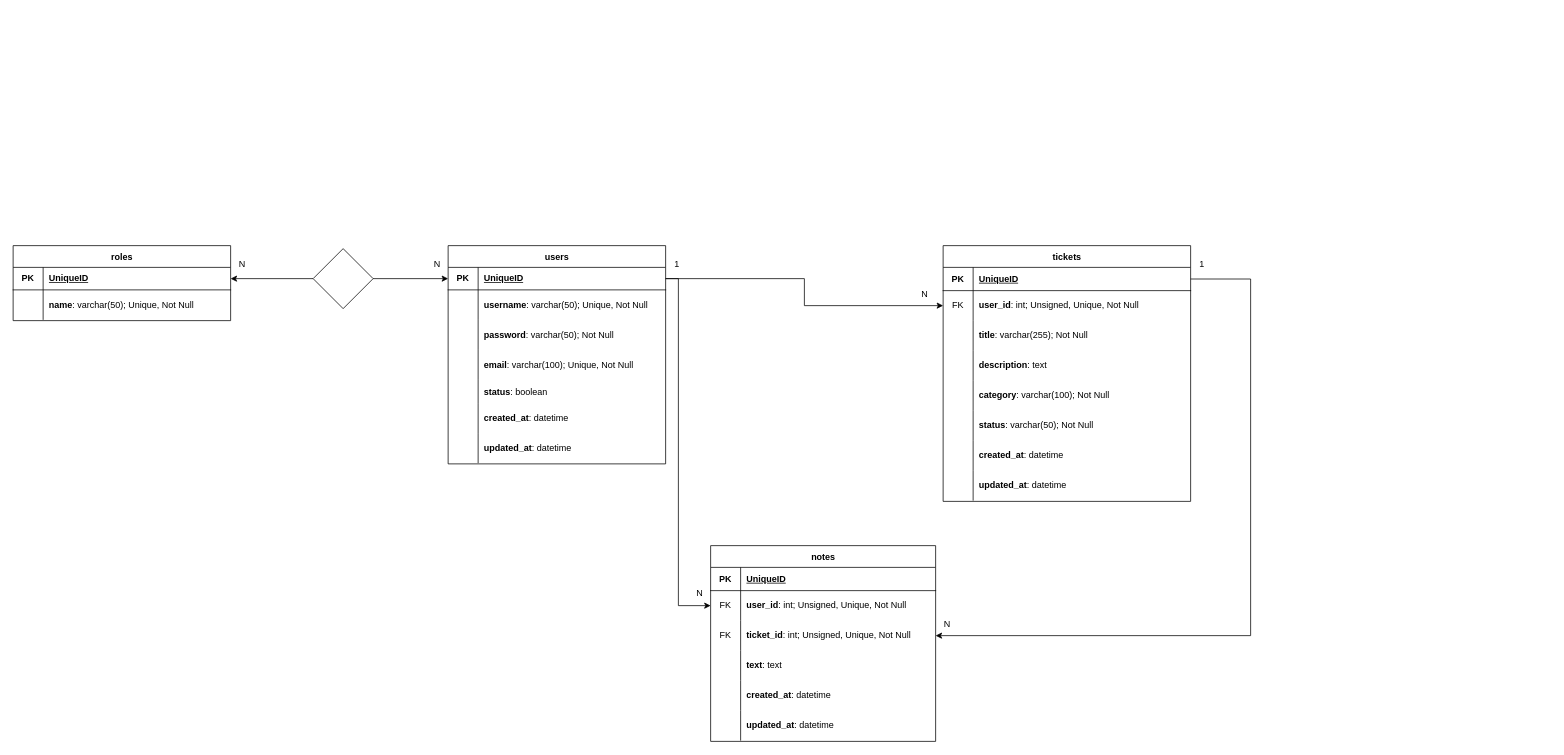
giogiosgr/ticket-platform keeps this draw.io diagram as ticket-platform.drawio. Above is the earlier version. Source tidied: cells renumbered, new cells numbered last; positions are measured from the earlier drawing's top-left corner, leaving out a move shared by most shapes. Both pictures are drawn from the tidied source at 75%, with x=0, y=0 at pixel (13, 245).
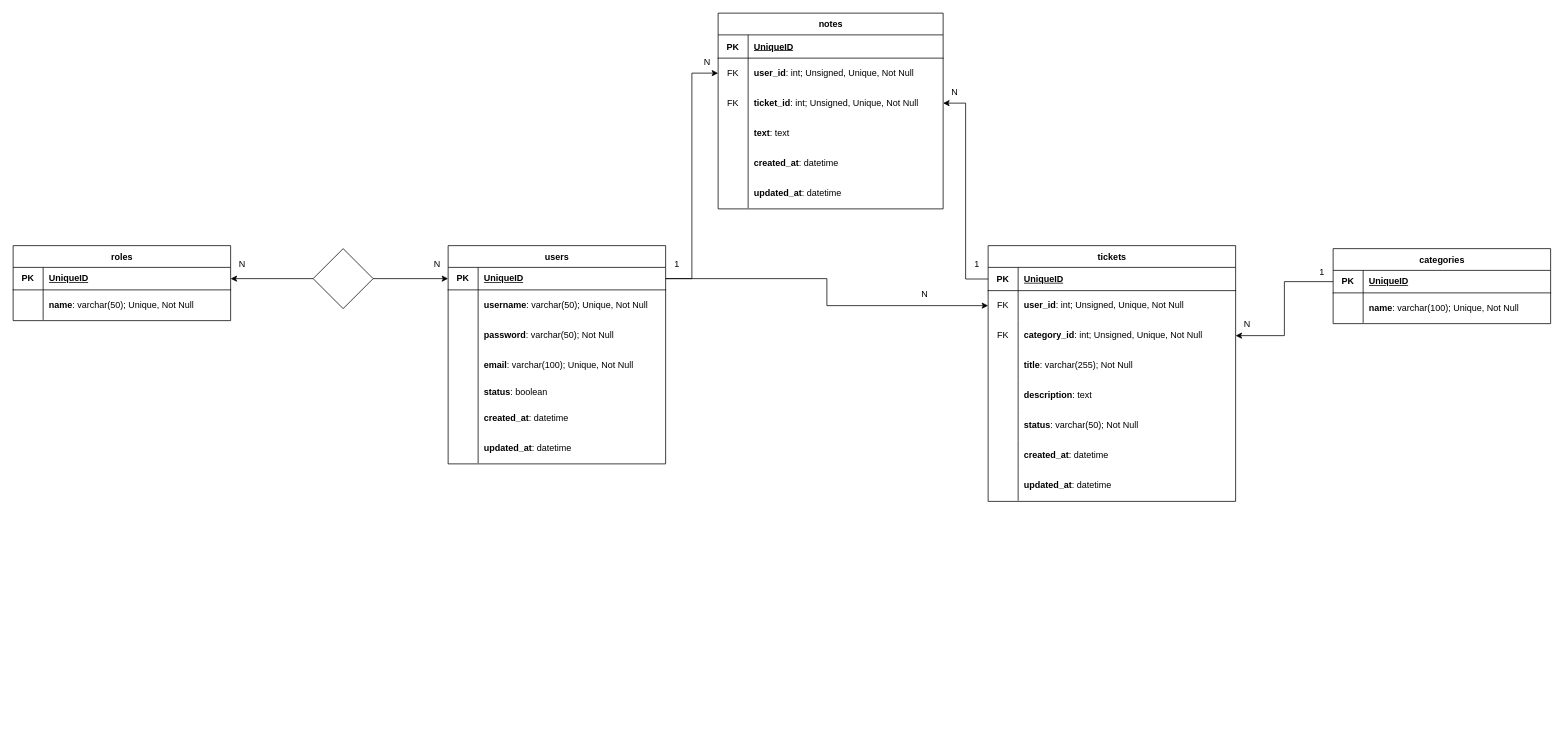
Above is the later version.

Unchanged cells that the change refers to:
```xml
<mxCell id="3" style="shape=tableRow;horizontal=0;startSize=0;swimlaneHead=0;swimlaneBody=0;fillColor=none;points=[[0,0.5],[1,0.5]];portConstraint=eastwest;top=0;left=0;right=0;bottom=1;" parent="2" vertex="1">
  <mxGeometry y="29" width="290" height="30" as="geometry" />
</mxCell>
<mxCell id="25" style="shape=tableRow;horizontal=0;startSize=0;swimlaneHead=0;swimlaneBody=0;fillColor=none;points=[[0,0.5],[1,0.5]];portConstraint=eastwest;top=0;left=0;right=0;bottom=1;" parent="24" vertex="1">
  <mxGeometry y="29" width="330" height="31" as="geometry" />
</mxCell>
<mxCell id="56" style="shape=tableRow;horizontal=0;startSize=0;swimlaneHead=0;swimlaneBody=0;fillColor=none;points=[[0,0.5],[1,0.5]];portConstraint=eastwest;top=0;left=0;right=0;bottom=0;" parent="52" vertex="1">
  <mxGeometry y="60" width="300" height="40" as="geometry" />
</mxCell>
<mxCell id="59" style="shape=tableRow;horizontal=0;startSize=0;swimlaneHead=0;swimlaneBody=0;fillColor=none;points=[[0,0.5],[1,0.5]];portConstraint=eastwest;top=0;left=0;right=0;bottom=0;" parent="52" vertex="1">
  <mxGeometry y="100" width="300" height="40" as="geometry" />
</mxCell>
```

Change to the diagram source:
```diff
@@
     <mxCell id="24" value="tickets" style="shape=table;startSize=29;childLayout=tableLayout;rowLines=0;fontStyle=1;align=center;html=1;" parent="1" vertex="1">
-      <mxGeometry x="1240" width="330" height="341" as="geometry" />
+      <mxGeometry x="1300" width="330" height="341" as="geometry" />
     </mxCell>
@@
+    <mxCell id="37" style="shape=tableRow;horizontal=0;startSize=0;swimlaneHead=0;swimlaneBody=0;fillColor=none;points=[[0,0.5],[1,0.5]];portConstraint=eastwest;top=0;left=0;right=0;bottom=0;" parent="24" vertex="1">
+      <mxGeometry y="100" width="330" height="40" as="geometry" />
+    </mxCell>
+    <mxCell id="38" value="FK" style="shape=partialRectangle;fillColor=none;top=0;left=0;bottom=0;right=0;overflow=hidden;whiteSpace=wrap;html=1;" parent="37" vertex="1">
+      <mxGeometry width="40" height="40" as="geometry" />
+    </mxCell>
+    <mxCell id="39" value="&lt;b&gt;category_id&lt;/b&gt;: int; Unsigned, Unique, Not Null" style="shape=partialRectangle;fillColor=none;top=0;left=0;bottom=0;right=0;align=left;spacingLeft=6;overflow=hidden;whiteSpace=wrap;html=1;" parent="37" vertex="1">
+      <mxGeometry x="40" width="290" height="40" as="geometry" />
+    </mxCell>
     <mxCell id="31" style="shape=tableRow;horizontal=0;startSize=0;swimlaneHead=0;swimlaneBody=0;fillColor=none;top=0;left=0;right=0;bottom=0;" parent="24" vertex="1">
-      <mxGeometry y="100" width="330" height="40" as="geometry" />
+      <mxGeometry y="140" width="330" height="40" as="geometry" />
     </mxCell>
@@
     <mxCell id="34" style="shape=tableRow;horizontal=0;startSize=0;swimlaneHead=0;swimlaneBody=0;fillColor=none;top=0;left=0;right=0;bottom=0;" parent="24" vertex="1">
-      <mxGeometry y="140" width="330" height="40" as="geometry" />
+      <mxGeometry y="180" width="330" height="40" as="geometry" />
     </mxCell>
@@
-    <mxCell id="37" style="shape=tableRow;horizontal=0;startSize=0;swimlaneHead=0;swimlaneBody=0;fillColor=none;points=[[0,0.5],[1,0.5]];portConstraint=eastwest;top=0;left=0;right=0;bottom=0;" parent="24" vertex="1">
-      <mxGeometry y="180" width="330" height="40" as="geometry" />
-    </mxCell>
-    <mxCell id="38" style="shape=partialRectangle;fillColor=none;top=0;left=0;bottom=0;right=0;overflow=hidden;whiteSpace=wrap;html=1;" parent="37" vertex="1">
-      <mxGeometry width="40" height="40" as="geometry" />
-    </mxCell>
-    <mxCell id="39" value="&lt;b&gt;category&lt;/b&gt;: varchar(100); Not Null" style="shape=partialRectangle;fillColor=none;top=0;left=0;bottom=0;right=0;align=left;spacingLeft=6;overflow=hidden;whiteSpace=wrap;html=1;" parent="37" vertex="1">
-      <mxGeometry x="40" width="290" height="40" as="geometry" />
-    </mxCell>
@@
     <mxCell id="52" value="notes" style="shape=table;startSize=29;childLayout=tableLayout;rowLines=0;fontStyle=1;align=center;html=1;" parent="1" vertex="1">
-      <mxGeometry x="930" y="400" width="300" height="261" as="geometry" />
+      <mxGeometry x="940" y="-310" width="300" height="261" as="geometry" />
     </mxCell>
@@
-    <mxCell id="71" style="edgeStyle=orthogonalEdgeStyle;rounded=0;jettySize=auto;html=1;entryX=0;entryY=0.5;entryDx=0;entryDy=0;" parent="1" edge="1" source="3" target="56">
-      <mxGeometry relative="1" as="geometry">
-        <Array as="points">
-          <mxPoint x="887" y="44" />
-          <mxPoint x="887" y="480" />
-        </Array>
-      </mxGeometry>
-    </mxCell>
-    <mxCell id="72" value="N" style="text;html=1;align=center;verticalAlign=middle;strokeColor=none;fillColor=none;" parent="1" vertex="1">
-      <mxGeometry x="900" y="448" width="30" height="30" as="geometry" />
-    </mxCell>
     <mxCell id="73" value="1" style="text;html=1;align=center;verticalAlign=middle;strokeColor=none;fillColor=none;" parent="1" vertex="1">
-      <mxGeometry x="1570" y="10" width="30" height="30" as="geometry" />
+      <mxGeometry x="1270" y="10" width="30" height="30" as="geometry" />
     </mxCell>
-    <mxCell id="74" value="N" style="text;html=1;align=center;verticalAlign=middle;strokeColor=none;fillColor=none;" parent="1" vertex="1">
-      <mxGeometry x="1230" y="490" width="30" height="30" as="geometry" />
-    </mxCell>
@@
-    <mxCell id="82" style="edgeStyle=orthogonalEdgeStyle;rounded=0;jettySize=auto;html=1;entryX=1;entryY=0.5;entryDx=0;entryDy=0;" parent="1" edge="1" source="25" target="59">
-      <mxGeometry relative="1" as="geometry">
-        <Array as="points">
-          <mxPoint x="1650" y="45" />
-          <mxPoint x="1650" y="520" />
-        </Array>
-      </mxGeometry>
-    </mxCell>
@@
+    <mxCell id="88" value="N" style="text;html=1;align=center;verticalAlign=middle;strokeColor=none;fillColor=none;" parent="1" vertex="1">
+      <mxGeometry x="910" y="-260" width="30" height="30" as="geometry" />
+    </mxCell>
+    <mxCell id="82" style="edgeStyle=orthogonalEdgeStyle;rounded=0;jettySize=auto;html=1;exitX=0;exitY=0.5;exitDx=0;exitDy=0;entryX=1;entryY=0.5;entryDx=0;entryDy=0;" parent="1" edge="1" source="25" target="59">
+      <mxGeometry relative="1" as="geometry" />
+    </mxCell>
+    <mxCell id="71" style="edgeStyle=orthogonalEdgeStyle;rounded=0;jettySize=auto;html=1;exitX=1;exitY=0.5;exitDx=0;exitDy=0;" parent="1" edge="1" source="3" target="56">
+      <mxGeometry relative="1" as="geometry" />
+    </mxCell>
+    <mxCell id="89" value="N" style="text;html=1;align=center;verticalAlign=middle;strokeColor=none;fillColor=none;" parent="1" vertex="1">
+      <mxGeometry x="1240" y="-220" width="30" height="30" as="geometry" />
+    </mxCell>
+    <mxCell id="90" value="categories" style="shape=table;startSize=29;childLayout=tableLayout;rowLines=0;fontStyle=1;align=center;html=1;" parent="1" vertex="1">
+      <mxGeometry x="1760" y="4" width="290" height="100" as="geometry" />
+    </mxCell>
+    <mxCell id="91" style="shape=tableRow;horizontal=0;startSize=0;swimlaneHead=0;swimlaneBody=0;fillColor=none;points=[[0,0.5],[1,0.5]];portConstraint=eastwest;top=0;left=0;right=0;bottom=1;" parent="90" vertex="1">
+      <mxGeometry y="29" width="290" height="30" as="geometry" />
+    </mxCell>
+    <mxCell id="92" value="PK" style="shape=partialRectangle;fillColor=none;top=0;left=0;bottom=0;right=0;fontStyle=1;overflow=hidden;whiteSpace=wrap;html=1;" parent="91" vertex="1">
+      <mxGeometry width="40" height="30" as="geometry" />
+    </mxCell>
+    <mxCell id="93" value="UniqueID" style="shape=partialRectangle;fillColor=none;top=0;left=0;bottom=0;right=0;align=left;spacingLeft=6;fontStyle=5;overflow=hidden;whiteSpace=wrap;html=1;" parent="91" vertex="1">
+      <mxGeometry x="40" width="250" height="30" as="geometry" />
+    </mxCell>
+    <mxCell id="94" style="shape=tableRow;horizontal=0;startSize=0;swimlaneHead=0;swimlaneBody=0;fillColor=none;top=0;left=0;right=0;bottom=0;" parent="90" vertex="1">
+      <mxGeometry y="59" width="290" height="40" as="geometry" />
+    </mxCell>
+    <mxCell id="95" style="shape=partialRectangle;fillColor=none;top=0;left=0;bottom=0;right=0;overflow=hidden;whiteSpace=wrap;html=1;" parent="94" vertex="1">
+      <mxGeometry width="40" height="40" as="geometry" />
+    </mxCell>
+    <mxCell id="96" value="&lt;b&gt;name&lt;/b&gt;: varchar(100); Unique, Not Null&amp;nbsp; &amp;nbsp;" style="shape=partialRectangle;fillColor=none;top=0;left=0;bottom=0;right=0;align=left;spacingLeft=6;overflow=hidden;whiteSpace=wrap;html=1;" parent="94" vertex="1">
+      <mxGeometry x="40" width="250" height="40" as="geometry" />
+    </mxCell>
+    <mxCell id="97" style="edgeStyle=orthogonalEdgeStyle;rounded=0;jettySize=auto;html=1;entryX=1;entryY=0.5;entryDx=0;entryDy=0;" parent="1" edge="1" source="91" target="37">
+      <mxGeometry relative="1" as="geometry" />
+    </mxCell>
+    <mxCell id="98" value="1" style="text;html=1;align=center;verticalAlign=middle;strokeColor=none;fillColor=none;" parent="1" vertex="1">
+      <mxGeometry x="1730" y="20" width="30" height="30" as="geometry" />
+    </mxCell>
+    <mxCell id="99" value="N" style="text;html=1;align=center;verticalAlign=middle;strokeColor=none;fillColor=none;" parent="1" vertex="1">
+      <mxGeometry x="1630" y="90" width="30" height="30" as="geometry" />
+    </mxCell>
```
